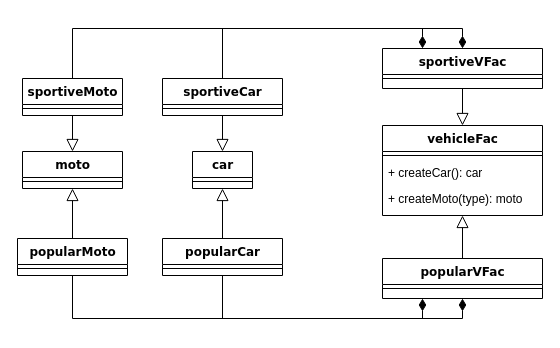
nicolaskruger/designPatterns keeps this draw.io diagram as assets/drawio/AbstractFactory.drawio. Above is the earlier version. Source tidied: cells renumbered, new cells numbered last; positions are measured from the earlier drawing's top-left corner, leaving out a move shared by most shapes. Both pictures are drawn from the tidied source at 100%, with x=0, y=0 at pixel (17, 28).
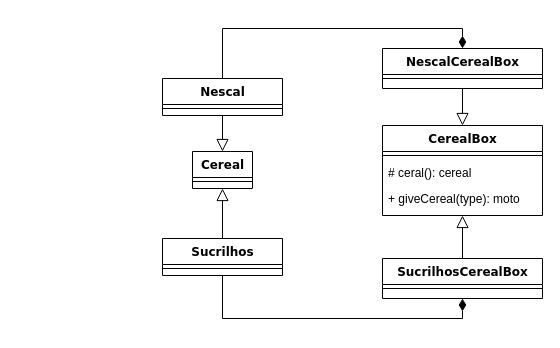
Above is the later version.

What changed in the source:
```diff
@@
-    <mxCell id="4" value="vehicleFac" style="swimlane;html=1;fontStyle=1;align=center;verticalAlign=top;horizontal=1;startSize=26;swimlaneFillColor=#ffffff;rounded=0;shadow=0;comic=0;labelBackgroundColor=none;strokeWidth=1;fillColor=none;fontFamily=Verdana;fontSize=12;" parent="1" vertex="1">
+    <mxCell id="4" value="CerealBox" style="swimlane;html=1;fontStyle=1;align=center;verticalAlign=top;horizontal=1;startSize=26;swimlaneFillColor=#ffffff;rounded=0;shadow=0;comic=0;labelBackgroundColor=none;strokeWidth=1;fillColor=none;fontFamily=Verdana;fontSize=12;" parent="1" vertex="1">
       <mxGeometry x="365" y="97" width="160" height="90" as="geometry" />
     </mxCell>
@@
-    <mxCell id="6" value="+ createCar(): car" style="text;html=1;strokeColor=none;fillColor=none;align=left;verticalAlign=top;spacingLeft=4;spacingRight=4;whiteSpace=wrap;overflow=hidden;" parent="4" vertex="1">
+    <mxCell id="6" value="# ceral(): cereal" style="text;html=1;strokeColor=none;fillColor=none;align=left;verticalAlign=top;spacingLeft=4;spacingRight=4;whiteSpace=wrap;overflow=hidden;" parent="4" vertex="1">
       <mxGeometry y="34" width="160" height="26" as="geometry" />
     </mxCell>
-    <mxCell id="7" value="+ createMoto(type): moto" style="text;html=1;strokeColor=none;fillColor=none;align=left;verticalAlign=top;spacingLeft=4;spacingRight=4;whiteSpace=wrap;overflow=hidden;" parent="4" vertex="1">
+    <mxCell id="7" value="+ giveCereal(type): moto" style="text;html=1;strokeColor=none;fillColor=none;align=left;verticalAlign=top;spacingLeft=4;spacingRight=4;whiteSpace=wrap;overflow=hidden;" parent="4" vertex="1">
       <mxGeometry y="60" width="160" height="26" as="geometry" />
     </mxCell>
-    <mxCell id="8" style="edgeStyle=orthogonalEdgeStyle;rounded=0;jettySize=auto;html=1;exitX=0.5;exitY=1;exitDx=0;exitDy=0;startArrow=block;startFill=0;startSize=10;endArrow=none;endFill=0;" parent="1" edge="1" source="10" target="16">
-      <mxGeometry relative="1" as="geometry" />
-    </mxCell>
-    <mxCell id="9" style="edgeStyle=orthogonalEdgeStyle;rounded=0;jettySize=auto;html=1;exitX=0.5;exitY=0;exitDx=0;exitDy=0;entryX=0.5;entryY=1;entryDx=0;entryDy=0;startArrow=block;startFill=0;startSize=10;endArrow=none;endFill=0;" parent="1" edge="1" source="10" target="18">
-      <mxGeometry relative="1" as="geometry" />
-    </mxCell>
-    <mxCell id="10" value="moto" style="swimlane;html=1;fontStyle=1;align=center;verticalAlign=top;horizontal=1;startSize=26;swimlaneFillColor=#ffffff;rounded=0;shadow=0;comic=0;labelBackgroundColor=none;strokeWidth=1;fillColor=none;fontFamily=Verdana;fontSize=12;" parent="1" vertex="1">
-      <mxGeometry x="5" y="123" width="100" height="37" as="geometry" />
-    </mxCell>
-    <mxCell id="11" style="line;html=1;strokeWidth=1;fillColor=none;align=left;verticalAlign=middle;spacingTop=-1;spacingLeft=3;spacingRight=3;labelPosition=right;" parent="10" vertex="1">
-      <mxGeometry y="26" width="100" height="8" as="geometry" />
-    </mxCell>
@@
-    <mxCell id="14" value="car" style="swimlane;html=1;fontStyle=1;align=center;verticalAlign=top;horizontal=1;startSize=26;swimlaneFillColor=#ffffff;rounded=0;shadow=0;comic=0;labelBackgroundColor=none;strokeWidth=1;fillColor=none;fontFamily=Verdana;fontSize=12;" parent="1" vertex="1">
+    <mxCell id="14" value="Cereal" style="swimlane;html=1;fontStyle=1;align=center;verticalAlign=top;horizontal=1;startSize=26;swimlaneFillColor=#ffffff;rounded=0;shadow=0;comic=0;labelBackgroundColor=none;strokeWidth=1;fillColor=none;fontFamily=Verdana;fontSize=12;" parent="1" vertex="1">
       <mxGeometry x="175" y="123" width="60" height="37" as="geometry" />
     </mxCell>
@@
-    <mxCell id="16" value="popularMoto" style="swimlane;html=1;fontStyle=1;align=center;verticalAlign=top;horizontal=1;startSize=26;swimlaneFillColor=#ffffff;rounded=0;shadow=0;comic=0;labelBackgroundColor=none;strokeWidth=1;fillColor=none;fontFamily=Verdana;fontSize=12;" parent="1" vertex="1">
-      <mxGeometry y="210" width="110" height="37" as="geometry" />
-    </mxCell>
-    <mxCell id="17" style="line;html=1;strokeWidth=1;fillColor=none;align=left;verticalAlign=middle;spacingTop=-1;spacingLeft=3;spacingRight=3;labelPosition=right;" parent="16" vertex="1">
-      <mxGeometry y="26" width="110" height="8" as="geometry" />
-    </mxCell>
-    <mxCell id="18" value="sportiveMoto" style="swimlane;html=1;fontStyle=1;align=center;verticalAlign=top;horizontal=1;startSize=26;swimlaneFillColor=#ffffff;rounded=0;shadow=0;comic=0;labelBackgroundColor=none;strokeWidth=1;fillColor=none;fontFamily=Verdana;fontSize=12;" parent="1" vertex="1">
-      <mxGeometry x="5" y="50" width="100" height="37" as="geometry" />
-    </mxCell>
-    <mxCell id="19" style="line;html=1;strokeWidth=1;fillColor=none;align=left;verticalAlign=middle;spacingTop=-1;spacingLeft=3;spacingRight=3;labelPosition=right;" parent="18" vertex="1">
-      <mxGeometry y="26" width="100" height="8" as="geometry" />
-    </mxCell>
-    <mxCell id="20" value="popularCar" style="swimlane;html=1;fontStyle=1;align=center;verticalAlign=top;horizontal=1;startSize=26;swimlaneFillColor=#ffffff;rounded=0;shadow=0;comic=0;labelBackgroundColor=none;strokeWidth=1;fillColor=none;fontFamily=Verdana;fontSize=12;" parent="1" vertex="1">
+    <mxCell id="20" value="Sucrilhos" style="swimlane;html=1;fontStyle=1;align=center;verticalAlign=top;horizontal=1;startSize=26;swimlaneFillColor=#ffffff;rounded=0;shadow=0;comic=0;labelBackgroundColor=none;strokeWidth=1;fillColor=none;fontFamily=Verdana;fontSize=12;" parent="1" vertex="1">
       <mxGeometry x="145" y="210" width="120" height="37" as="geometry" />
     </mxCell>
@@
-    <mxCell id="22" value="sportiveCar" style="swimlane;html=1;fontStyle=1;align=center;verticalAlign=top;horizontal=1;startSize=26;swimlaneFillColor=#ffffff;rounded=0;shadow=0;comic=0;labelBackgroundColor=none;strokeWidth=1;fillColor=none;fontFamily=Verdana;fontSize=12;" parent="1" vertex="1">
+    <mxCell id="22" value="Nescal" style="swimlane;html=1;fontStyle=1;align=center;verticalAlign=top;horizontal=1;startSize=26;swimlaneFillColor=#ffffff;rounded=0;shadow=0;comic=0;labelBackgroundColor=none;strokeWidth=1;fillColor=none;fontFamily=Verdana;fontSize=12;" parent="1" vertex="1">
       <mxGeometry x="145" y="50" width="120" height="37" as="geometry" />
     </mxCell>
@@
-    <mxCell id="25" style="edgeStyle=orthogonalEdgeStyle;rounded=0;jettySize=auto;html=1;exitX=0.25;exitY=0;exitDx=0;exitDy=0;entryX=0.5;entryY=0;entryDx=0;entryDy=0;startArrow=diamondThin;startFill=1;startSize=10;endArrow=none;endFill=0;" parent="1" edge="1" source="26" target="18">
-      <mxGeometry relative="1" as="geometry" />
-    </mxCell>
-    <mxCell id="26" value="sportiveVFac" style="swimlane;html=1;fontStyle=1;align=center;verticalAlign=top;horizontal=1;startSize=26;swimlaneFillColor=#ffffff;rounded=0;shadow=0;comic=0;labelBackgroundColor=none;strokeWidth=1;fillColor=none;fontFamily=Verdana;fontSize=12;" parent="1" vertex="1">
+    <mxCell id="26" value="NescalCerealBox" style="swimlane;html=1;fontStyle=1;align=center;verticalAlign=top;horizontal=1;startSize=26;swimlaneFillColor=#ffffff;rounded=0;shadow=0;comic=0;labelBackgroundColor=none;strokeWidth=1;fillColor=none;fontFamily=Verdana;fontSize=12;" parent="1" vertex="1">
       <mxGeometry x="365" y="20" width="160" height="40" as="geometry" />
     </mxCell>
@@
-    <mxCell id="29" style="edgeStyle=orthogonalEdgeStyle;rounded=0;jettySize=auto;html=1;exitX=0.25;exitY=1;exitDx=0;exitDy=0;entryX=0.5;entryY=1;entryDx=0;entryDy=0;startArrow=diamondThin;startFill=1;startSize=10;endArrow=none;endFill=0;" parent="1" edge="1" source="30" target="16">
-      <mxGeometry relative="1" as="geometry" />
-    </mxCell>
-    <mxCell id="30" value="popularVFac" style="swimlane;html=1;fontStyle=1;align=center;verticalAlign=top;horizontal=1;startSize=26;swimlaneFillColor=#ffffff;rounded=0;shadow=0;comic=0;labelBackgroundColor=none;strokeWidth=1;fillColor=none;fontFamily=Verdana;fontSize=12;" parent="1" vertex="1">
+    <mxCell id="30" value="SucrilhosCerealBox" style="swimlane;html=1;fontStyle=1;align=center;verticalAlign=top;horizontal=1;startSize=26;swimlaneFillColor=#ffffff;rounded=0;shadow=0;comic=0;labelBackgroundColor=none;strokeWidth=1;fillColor=none;fontFamily=Verdana;fontSize=12;" parent="1" vertex="1">
       <mxGeometry x="365" y="230" width="160" height="40" as="geometry" />
     </mxCell>
```
